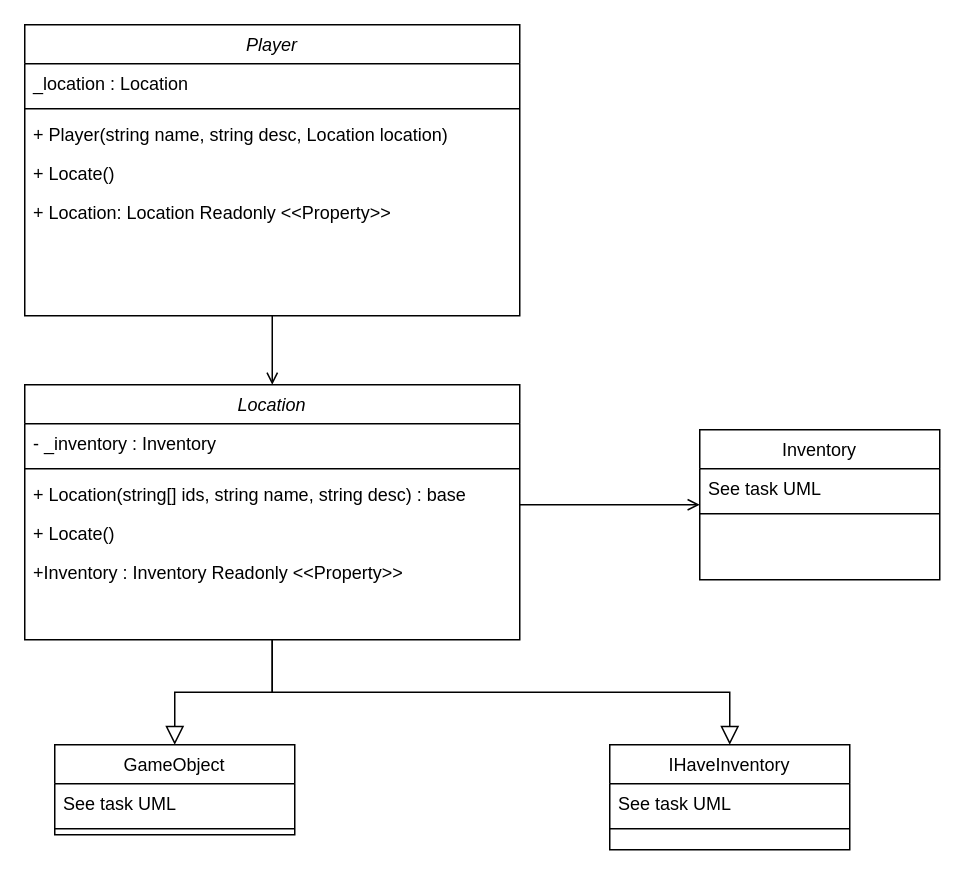
Panzer04/COS20007 keeps this draw.io diagram as CreditTask6.1/CTask6.1 UML.drawio. Above is the earlier version. Source tidied: cells renumbered, new cells numbered last; positions are measured from the earlier drawing's top-left corner, leaving out a move shared by most shapes. Both pictures are drawn from the tidied source at 150%, with x=0, y=0 at pixel (24, 24).
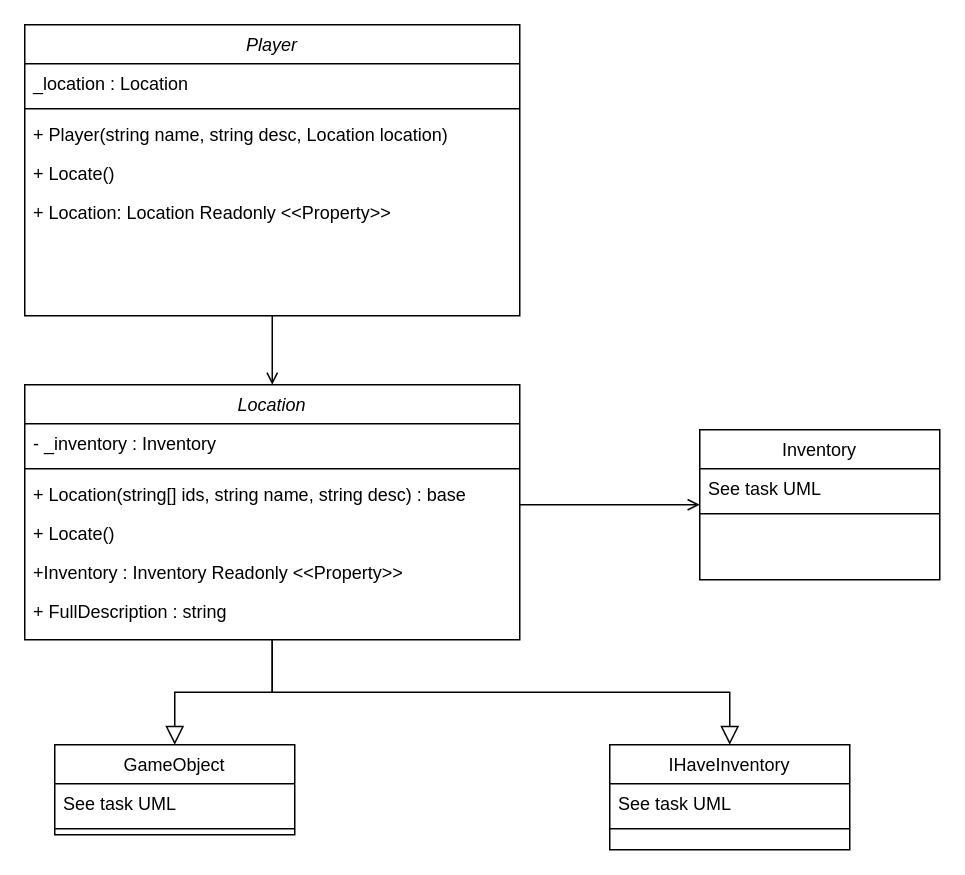
Above is the later version.

The change refers to these unchanged cells:
```xml
<mxCell id="2" value="Location" style="swimlane;fontStyle=2;align=center;verticalAlign=top;horizontal=1;startSize=26;rounded=0;shadow=0;strokeWidth=1;" parent="1" vertex="1">
  <mxGeometry y="240" width="330" height="170" as="geometry" />
</mxCell>
```

The edit, as a diff of the source:
```diff
@@
+    <mxCell id="27" value="+ FullDescription : string" style="text;align=left;verticalAlign=top;spacingLeft=4;spacingRight=4;overflow=hidden;" parent="2" vertex="1">
+      <mxGeometry y="138" width="330" height="26" as="geometry" />
+    </mxCell>
```
